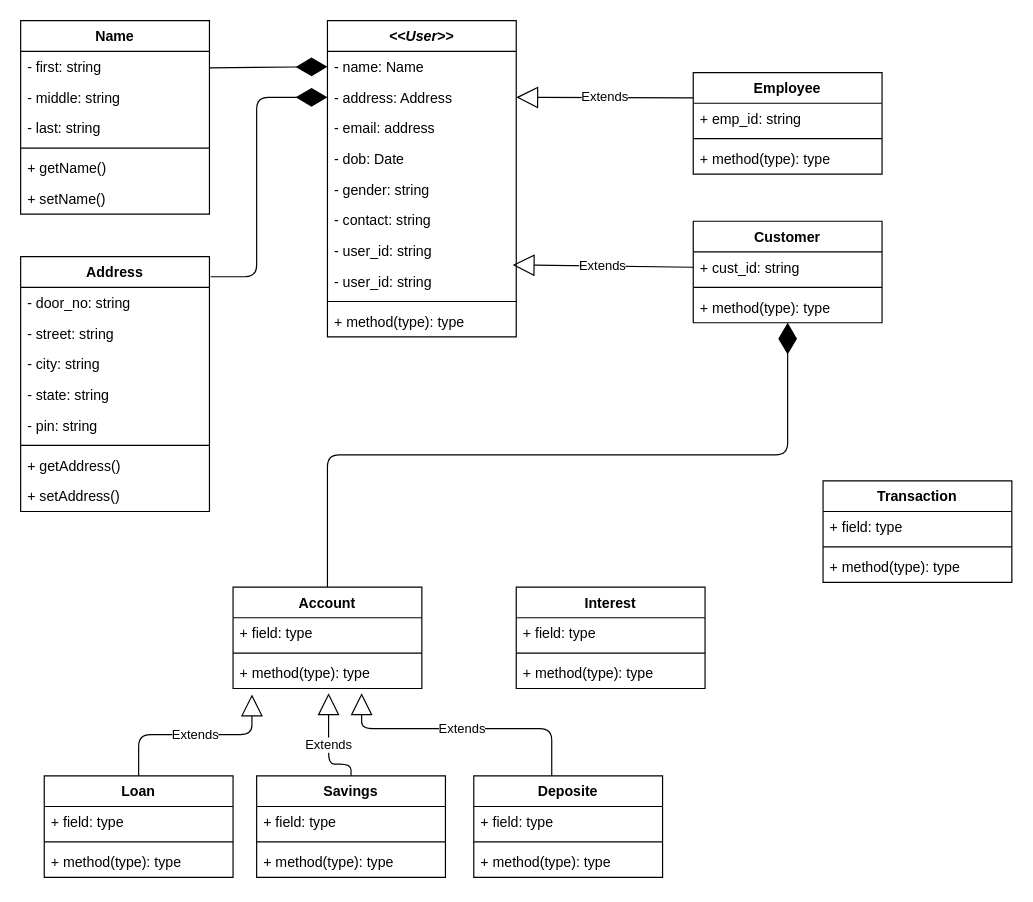
Before: page "UML" (2 of 2) of diagrams/BankingSystem.drawio in Sandeep-Mani/BankingSystem, a draw.io diagram. Source tidied: cells renumbered, new cells numbered last; positions are measured from the earlier drawing's top-left corner, leaving out a move shared by most shapes. Both pictures are drawn from the tidied source at 118%, with x=0, y=0 at pixel (20, 20).
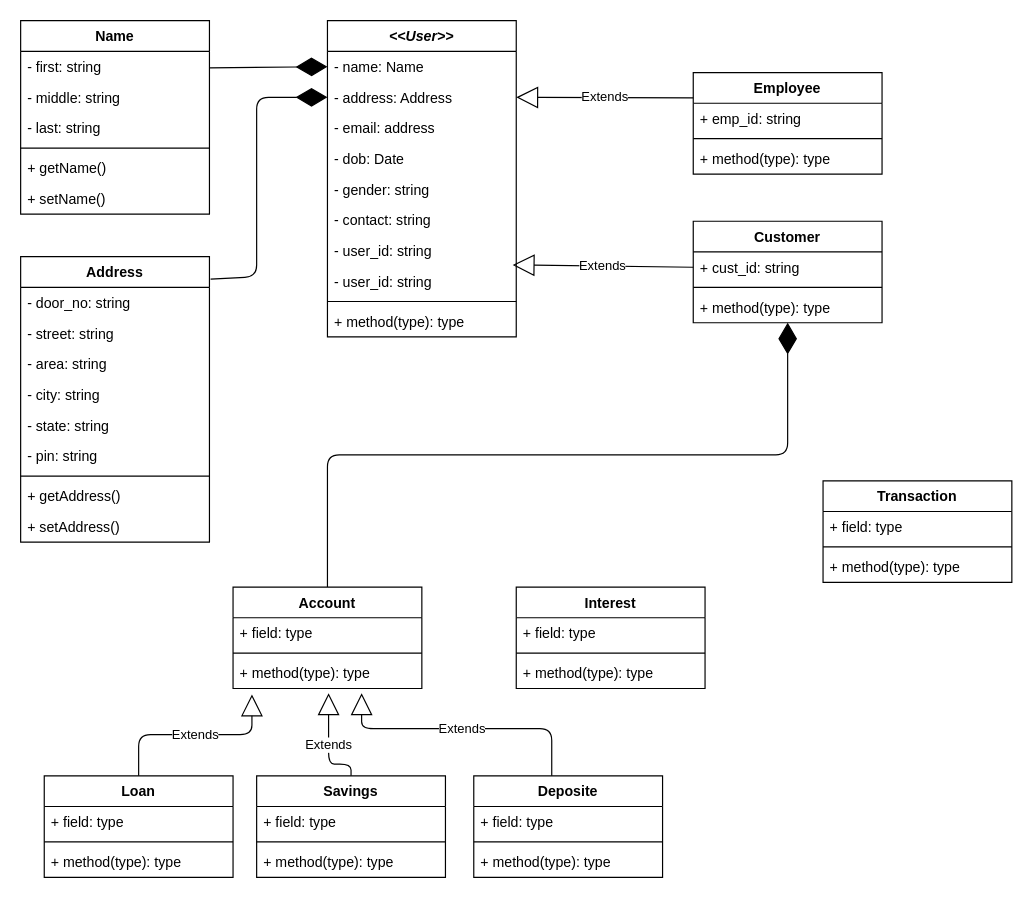
The same diagram, later.

Diff of the diagram source:
```diff
@@
     <mxCell id="12" value="Address" style="swimlane;fontStyle=1;align=center;verticalAlign=top;horizontal=1;startSize=26;" parent="1" vertex="1">
-      <mxGeometry y="200" width="160" height="216" as="geometry" />
+      <mxGeometry y="200" width="160" height="242" as="geometry" />
     </mxCell>
@@
+    <mxCell id="69" value="- area: string" style="text;strokeColor=none;fillColor=none;align=left;verticalAlign=top;spacingLeft=4;spacingRight=4;overflow=hidden;" parent="12" vertex="1">
+      <mxGeometry y="78" width="160" height="26" as="geometry" />
+    </mxCell>
     <mxCell id="15" value="- city: string" style="text;strokeColor=none;fillColor=none;align=left;verticalAlign=top;spacingLeft=4;spacingRight=4;overflow=hidden;" parent="12" vertex="1">
-      <mxGeometry y="78" width="160" height="26" as="geometry" />
+      <mxGeometry y="104" width="160" height="26" as="geometry" />
     </mxCell>
     <mxCell id="16" value="- state: string" style="text;strokeColor=none;fillColor=none;align=left;verticalAlign=top;spacingLeft=4;spacingRight=4;overflow=hidden;" parent="12" vertex="1">
-      <mxGeometry y="104" width="160" height="26" as="geometry" />
+      <mxGeometry y="130" width="160" height="26" as="geometry" />
     </mxCell>
     <mxCell id="17" value="- pin: string" style="text;strokeColor=none;fillColor=none;align=left;verticalAlign=top;spacingLeft=4;spacingRight=4;overflow=hidden;" parent="12" vertex="1">
-      <mxGeometry y="130" width="160" height="26" as="geometry" />
+      <mxGeometry y="156" width="160" height="26" as="geometry" />
     </mxCell>
     <mxCell id="18" style="line;strokeWidth=1;fillColor=none;align=left;verticalAlign=middle;spacingTop=-1;spacingLeft=3;spacingRight=3;labelPosition=right;" parent="12" vertex="1">
-      <mxGeometry y="156" width="160" height="8" as="geometry" />
+      <mxGeometry y="182" width="160" height="8" as="geometry" />
     </mxCell>
     <mxCell id="19" value="+ getAddress()" style="text;strokeColor=none;fillColor=none;align=left;verticalAlign=top;spacingLeft=4;spacingRight=4;overflow=hidden;" parent="12" vertex="1">
-      <mxGeometry y="164" width="160" height="26" as="geometry" />
+      <mxGeometry y="190" width="160" height="26" as="geometry" />
     </mxCell>
     <mxCell id="20" value="+ setAddress()" style="text;strokeColor=none;fillColor=none;align=left;verticalAlign=top;spacingLeft=4;spacingRight=4;overflow=hidden;" parent="12" vertex="1">
-      <mxGeometry y="190" width="160" height="26" as="geometry" />
+      <mxGeometry y="216" width="160" height="26" as="geometry" />
     </mxCell>
```
